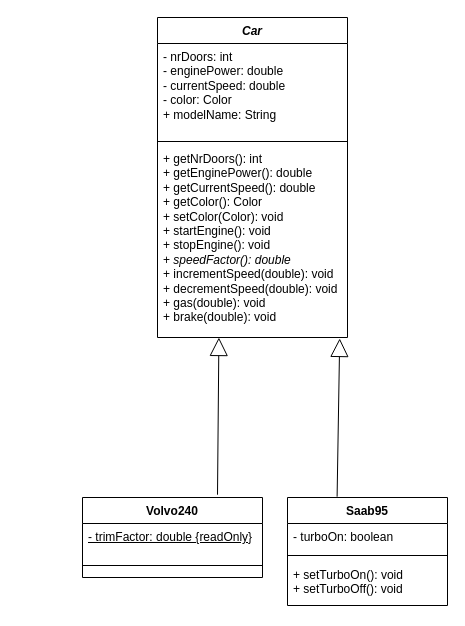
Before: lab1.drawio in Algaras-dev/TDA553-Lab, a draw.io diagram. Source tidied: cells renumbered, new cells numbered last; positions are measured from the earlier drawing's top-left corner, leaving out a move shared by most shapes. Both pictures are drawn from the tidied source at 100%, with x=0, y=0 at pixel (82, 17).
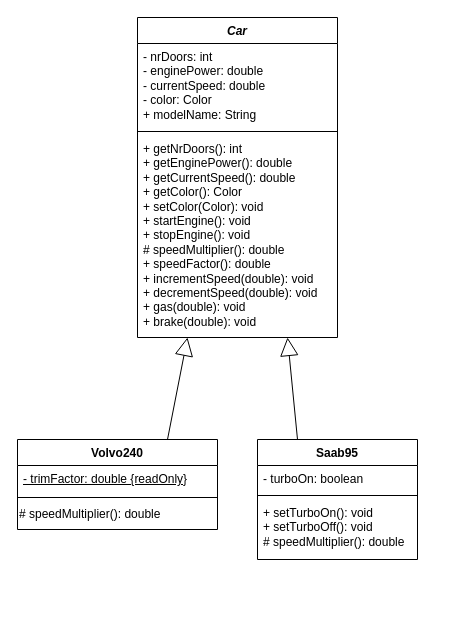
Above is the later version.

Change to the diagram source:
```diff
@@
 <mxGraphModel>
   <root>
     <mxCell id="0" />
     <mxCell id="1" parent="0" />
-    <mxCell id="2" value="Volvo240&lt;div&gt;&lt;br&gt;&lt;/div&gt;" style="swimlane;fontStyle=1;align=center;verticalAlign=top;horizontal=1;startSize=26;whiteSpace=wrap;html=1;" parent="1" vertex="1">
-      <mxGeometry y="480" width="180" height="80" as="geometry" />
+    <mxCell id="2" value="Volvo240" style="swimlane;fontStyle=1;align=center;verticalAlign=top;horizontal=1;startSize=26;whiteSpace=wrap;html=1;" parent="1" vertex="1">
+      <mxGeometry x="-65" y="422" width="200" height="90" as="geometry" />
     </mxCell>
     <mxCell id="3" value="&lt;u&gt;- trimFactor: double {readOnly}&lt;/u&gt;" style="text;strokeColor=none;fillColor=none;align=left;verticalAlign=top;spacingLeft=4;spacingRight=4;overflow=hidden;whiteSpace=wrap;html=1;" parent="2" vertex="1">
-      <mxGeometry y="26" width="180" height="30" as="geometry" />
+      <mxGeometry y="26" width="200" height="30" as="geometry" />
     </mxCell>
     <mxCell id="4" style="line;strokeWidth=1;fillColor=none;align=left;verticalAlign=middle;spacingTop=-1;spacingLeft=3;spacingRight=3;labelPosition=right;strokeColor=inherit;" parent="2" vertex="1">
-      <mxGeometry y="56" width="180" height="24" as="geometry" />
+      <mxGeometry y="56" width="200" height="4" as="geometry" />
     </mxCell>
+    <mxCell id="16" value="#&amp;nbsp;speedMultiplier(): double" style="text;html=1;whiteSpace=wrap;strokeColor=none;fillColor=none;align=left;verticalAlign=middle;rounded=0;" parent="2" vertex="1">
+      <mxGeometry y="60" width="200" height="30" as="geometry" />
+    </mxCell>
     <mxCell id="5" value="Saab95&lt;div&gt;&lt;br&gt;&lt;/div&gt;" style="swimlane;fontStyle=1;align=center;verticalAlign=top;horizontal=1;startSize=26;whiteSpace=wrap;html=1;" parent="1" vertex="1">
-      <mxGeometry x="205" y="480" width="160" height="108" as="geometry" />
+      <mxGeometry x="175" y="422" width="160" height="120" as="geometry" />
     </mxCell>
     <mxCell id="6" value="- turboOn: boolean" style="text;strokeColor=none;fillColor=none;align=left;verticalAlign=top;spacingLeft=4;spacingRight=4;overflow=hidden;whiteSpace=wrap;html=1;" parent="5" vertex="1">
       <mxGeometry y="26" width="160" height="26" as="geometry" />
     </mxCell>
     <mxCell id="7" style="line;strokeWidth=1;fillColor=none;align=left;verticalAlign=middle;spacingTop=-1;spacingLeft=3;spacingRight=3;labelPosition=right;strokeColor=inherit;" parent="5" vertex="1">
-      <mxGeometry y="52" width="160" height="12" as="geometry" />
+      <mxGeometry y="52" width="160" height="8" as="geometry" />
     </mxCell>
-    <mxCell id="8" value="+ setTurboOn(): void&lt;div&gt;+ setTurboOff(): void&lt;/div&gt;&lt;div&gt;&lt;br&gt;&lt;/div&gt;&lt;div&gt;&lt;br&gt;&lt;/div&gt;" style="text;strokeColor=none;fillColor=none;align=left;verticalAlign=top;spacingLeft=4;spacingRight=4;overflow=hidden;whiteSpace=wrap;html=1;" parent="5" vertex="1">
-      <mxGeometry y="64" width="160" height="44" as="geometry" />
+    <mxCell id="8" value="+ setTurboOn(): void&lt;div&gt;+ setTurboOff(): void&lt;/div&gt;&lt;div&gt;#&amp;nbsp;speedMultiplier(): double&lt;/div&gt;" style="text;strokeColor=none;fillColor=none;align=left;verticalAlign=top;spacingLeft=4;spacingRight=4;overflow=hidden;whiteSpace=wrap;html=1;" parent="5" vertex="1">
+      <mxGeometry y="60" width="160" height="60" as="geometry" />
     </mxCell>
     <mxCell id="9" value="&lt;i&gt;Car&lt;/i&gt;" style="swimlane;fontStyle=1;align=center;verticalAlign=top;horizontal=1;startSize=26;whiteSpace=wrap;html=1;" parent="1" vertex="1">
-      <mxGeometry x="75" width="190" height="320" as="geometry" />
+      <mxGeometry x="55" width="200" height="320" as="geometry" />
     </mxCell>
     <mxCell id="10" value="- nrDoors: int&lt;br&gt;- enginePower: double&lt;br&gt;&lt;div&gt;- currentSpeed: double&lt;/div&gt;&lt;div&gt;- color: Color&lt;/div&gt;&lt;div&gt;+ modelName: String&lt;/div&gt;" style="text;strokeColor=none;fillColor=none;align=left;verticalAlign=top;spacingLeft=4;spacingRight=4;overflow=hidden;whiteSpace=wrap;html=1;" parent="9" vertex="1">
-      <mxGeometry y="26" width="190" height="94" as="geometry" />
+      <mxGeometry y="26" width="200" height="84" as="geometry" />
     </mxCell>
     <mxCell id="11" style="line;strokeWidth=1;fillColor=none;align=left;verticalAlign=middle;spacingTop=-1;spacingLeft=3;spacingRight=3;labelPosition=right;strokeColor=inherit;" parent="9" vertex="1">
-      <mxGeometry y="120" width="190" height="8" as="geometry" />
+      <mxGeometry y="110" width="200" height="8" as="geometry" />
     </mxCell>
-    <mxCell id="12" value="+ getNrDoors(): int&lt;div&gt;+ getEnginePower(): double&lt;/div&gt;&lt;div&gt;+ getCurrentSpeed(): double&lt;/div&gt;&lt;div&gt;+ getColor(): Color&lt;/div&gt;&lt;div&gt;+ setColor(Color): void&lt;/div&gt;&lt;div&gt;+ startEngine(): void&lt;/div&gt;&lt;div&gt;+ stopEngine(): void&lt;/div&gt;&lt;div&gt;+ &lt;i&gt;speedFactor(): double&lt;/i&gt;&lt;/div&gt;&lt;div&gt;+ incrementSpeed(double): void&lt;/div&gt;&lt;div&gt;+ decrementSpeed(double): void&lt;/div&gt;&lt;div&gt;+ gas(double): void&lt;/div&gt;&lt;div&gt;+ brake(double): void&lt;/div&gt;" style="text;strokeColor=none;fillColor=none;align=left;verticalAlign=top;spacingLeft=4;spacingRight=4;overflow=hidden;points=[[0,0.5],[1,0.5]];portConstraint=eastwest;whiteSpace=wrap;html=1;" parent="9" vertex="1">
-      <mxGeometry y="128" width="190" height="192" as="geometry" />
+    <mxCell id="12" value="+ getNrDoors(): int&lt;div&gt;+ getEnginePower(): double&lt;/div&gt;&lt;div&gt;+ getCurrentSpeed(): double&lt;/div&gt;&lt;div&gt;+ getColor(): Color&lt;/div&gt;&lt;div&gt;+ setColor(Color): void&lt;/div&gt;&lt;div&gt;+ startEngine(): void&lt;/div&gt;&lt;div&gt;+ stopEngine(): void&lt;/div&gt;&lt;div&gt;#&amp;nbsp;speedMultiplier(): double&lt;/div&gt;&lt;div&gt;+ speedFactor(): double&lt;/div&gt;&lt;div&gt;+ incrementSpeed(double): void&lt;/div&gt;&lt;div&gt;+ decrementSpeed(double): void&lt;/div&gt;&lt;div&gt;+ gas(double): void&lt;/div&gt;&lt;div&gt;+ brake(double): void&lt;/div&gt;" style="text;strokeColor=none;fillColor=none;align=left;verticalAlign=top;spacingLeft=4;spacingRight=4;overflow=hidden;points=[[0,0.5],[1,0.5]];portConstraint=eastwest;whiteSpace=wrap;html=1;" parent="9" vertex="1">
+      <mxGeometry y="118" width="200" height="202" as="geometry" />
     </mxCell>
     <mxCell id="13" style="text;strokeColor=none;fillColor=none;align=left;verticalAlign=middle;spacingTop=-1;spacingLeft=4;spacingRight=4;labelPosition=right;" parent="1" vertex="1">
       <mxGeometry x="265" y="200" width="20" height="14" as="geometry" />
     </mxCell>
-    <mxCell id="14" style="endArrow=block;endSize=16;endFill=0;html=1;rounded=0;entryX=0.959;entryY=1.005;entryDx=0;entryDy=0;entryPerimeter=0;" parent="1" edge="1" target="12">
-      <mxGeometry relative="1" as="geometry">
-        <mxPoint x="254.6" y="479.2" as="sourcePoint" />
-      </mxGeometry>
+    <mxCell id="14" style="endArrow=block;endSize=16;endFill=0;html=1;rounded=0;exitX=0.25;exitY=0;exitDx=0;exitDy=0;entryX=0.75;entryY=1;entryDx=0;entryDy=0;" parent="1" edge="1" source="5" target="9">
+      <mxGeometry relative="1" as="geometry" />
     </mxCell>
-    <mxCell id="15" style="endArrow=block;endSize=16;endFill=0;html=1;rounded=0;entryX=0.953;entryY=1.01;entryDx=0;entryDy=0;entryPerimeter=0;" parent="1" edge="1">
-      <mxGeometry relative="1" as="geometry">
-        <mxPoint x="135" y="477.2" as="sourcePoint" />
-        <mxPoint x="136.4" y="320" as="targetPoint" />
-      </mxGeometry>
+    <mxCell id="15" style="endArrow=block;endSize=16;endFill=0;html=1;rounded=0;exitX=0.75;exitY=0;exitDx=0;exitDy=0;entryX=0.25;entryY=1;entryDx=0;entryDy=0;" parent="1" edge="1" source="2" target="9">
+      <mxGeometry relative="1" as="geometry" />
     </mxCell>
   </root>
 </mxGraphModel>
```
